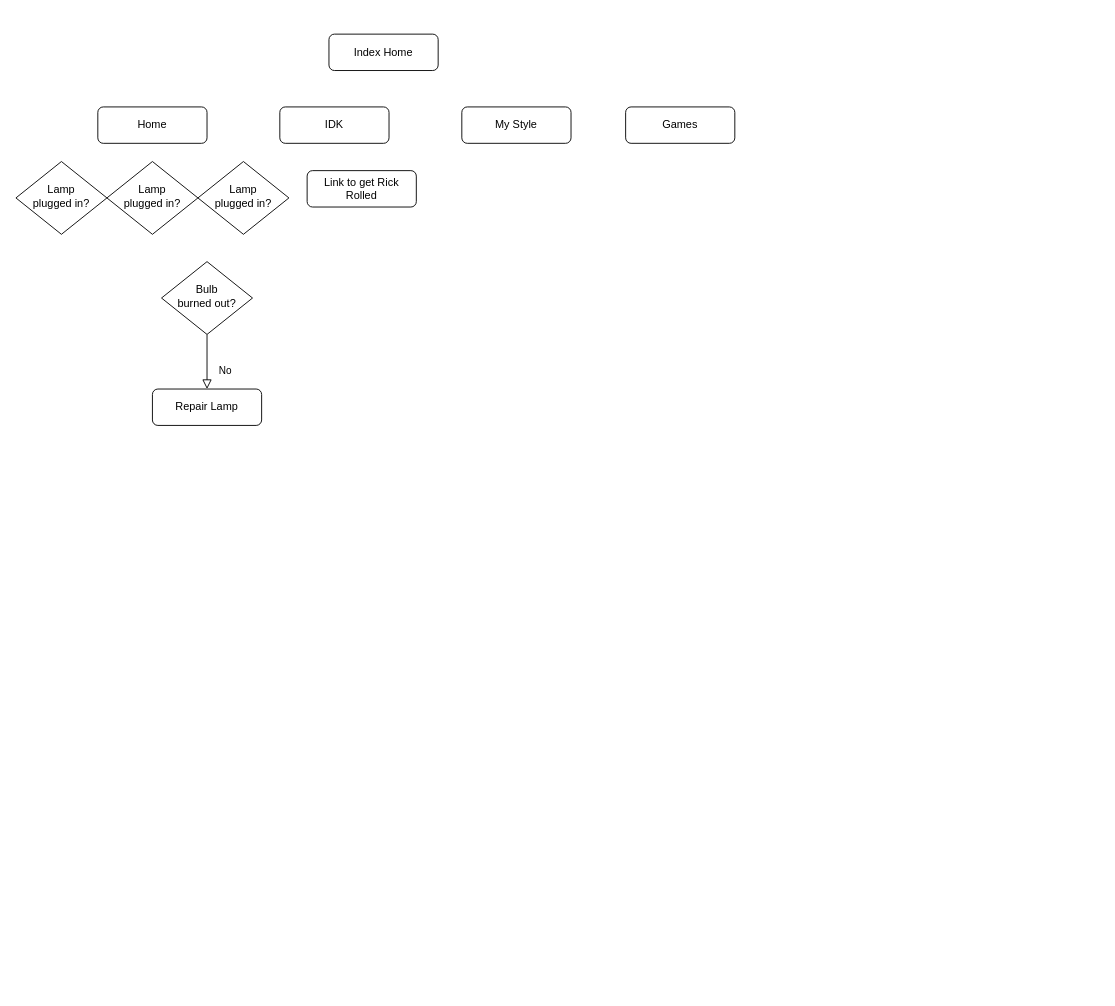
Above: FinalDiagram.drawio in pilsburryDoughBoi/kobecattyty (draw.io), before the change. Source tidied: cells renumbered, new cells numbered last; positions are measured from the earlier drawing's top-left corner, leaving out a move shared by most shapes. Both pictures are drawn from the tidied source at 91%, with x=0, y=0 at pixel (15, 34).
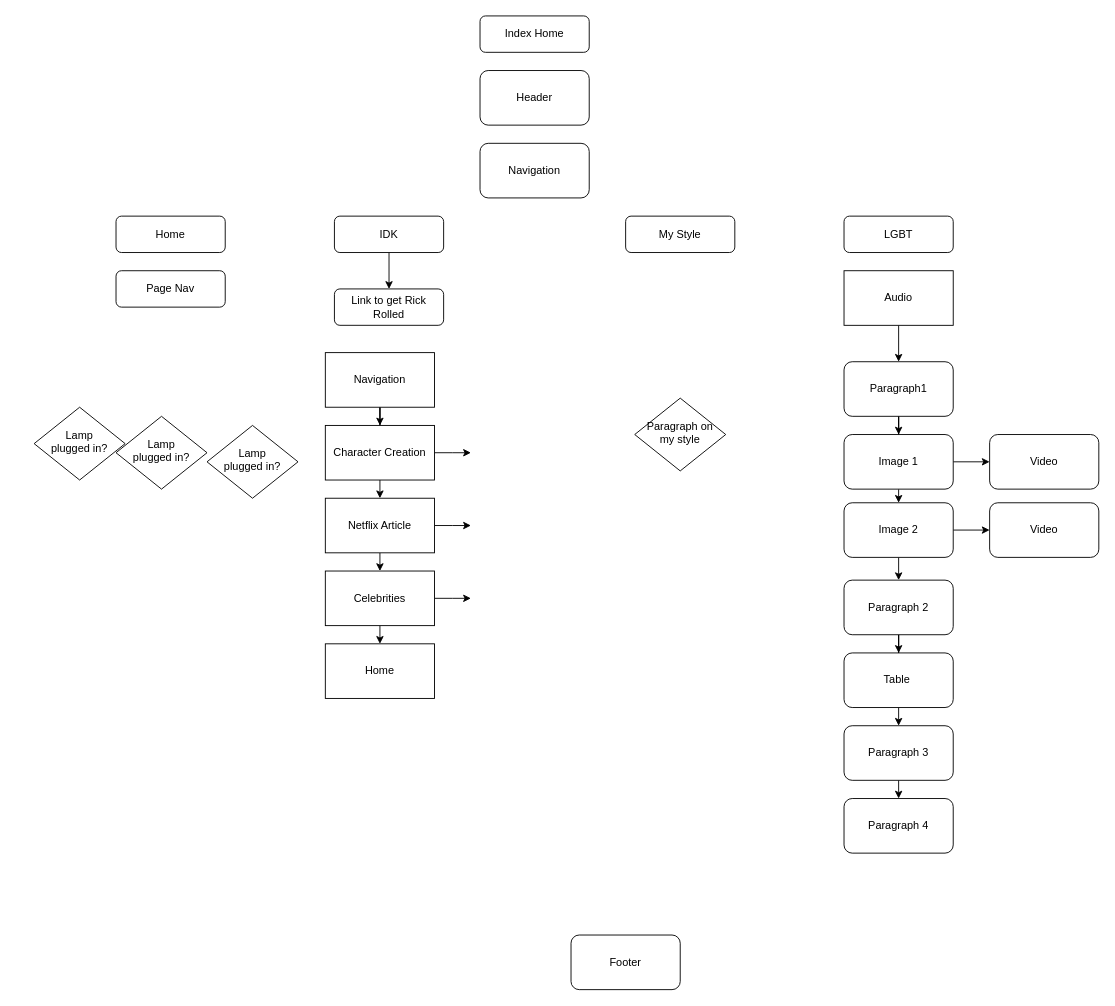
The same page after the edit.

Change to the diagram source:
```diff
@@
     <mxCell id="2" value="Index Home" style="rounded=1;whiteSpace=wrap;html=1;fontSize=12;glass=0;strokeWidth=1;shadow=0;" parent="1" vertex="1">
-      <mxGeometry x="344" width="120" height="40" as="geometry" />
+      <mxGeometry x="510" y="-20" width="120" height="40" as="geometry" />
     </mxCell>
     <mxCell id="3" value="Lamp&lt;br&gt;plugged in?" style="rhombus;whiteSpace=wrap;html=1;shadow=0;fontFamily=Helvetica;fontSize=12;align=center;strokeWidth=1;spacing=6;spacingTop=-4;" parent="1" vertex="1">
-      <mxGeometry y="140" width="100" height="80" as="geometry" />
+      <mxGeometry x="20" y="410" width="100" height="80" as="geometry" />
     </mxCell>
     <mxCell id="4" value="Home" style="rounded=1;whiteSpace=wrap;html=1;fontSize=12;glass=0;strokeWidth=1;shadow=0;" parent="1" vertex="1">
-      <mxGeometry x="90" y="80" width="120" height="40" as="geometry" />
+      <mxGeometry x="110" y="200" width="120" height="40" as="geometry" />
     </mxCell>
-    <mxCell id="5" value="No" style="rounded=0;html=1;jettySize=auto;fontSize=11;endArrow=block;endFill=0;endSize=8;strokeWidth=1;shadow=0;labelBackgroundColor=none;edgeStyle=orthogonalEdgeStyle;" parent="1" edge="1" source="6" target="7">
-      <mxGeometry x="0.33" y="20" relative="1" as="geometry" />
-    </mxCell>
-    <mxCell id="6" value="Bulb&lt;br&gt;burned out?" style="rhombus;whiteSpace=wrap;html=1;shadow=0;fontFamily=Helvetica;fontSize=12;align=center;strokeWidth=1;spacing=6;spacingTop=-4;" parent="1" vertex="1">
-      <mxGeometry x="160" y="250" width="100" height="80" as="geometry" />
+    <mxCell id="6" value="Paragraph on my style" style="rhombus;whiteSpace=wrap;html=1;shadow=0;fontFamily=Helvetica;fontSize=12;align=center;strokeWidth=1;spacing=6;spacingTop=-4;" parent="1" vertex="1">
+      <mxGeometry x="680" y="400" width="100" height="80" as="geometry" />
     </mxCell>
-    <mxCell id="7" value="Repair Lamp" style="rounded=1;whiteSpace=wrap;html=1;fontSize=12;glass=0;strokeWidth=1;shadow=0;" parent="1" vertex="1">
-      <mxGeometry x="150" y="390" width="120" height="40" as="geometry" />
+    <mxCell id="7" value="Page Nav" style="rounded=1;whiteSpace=wrap;html=1;fontSize=12;glass=0;strokeWidth=1;shadow=0;" parent="1" vertex="1">
+      <mxGeometry x="110" y="260" width="120" height="40" as="geometry" />
     </mxCell>
     <mxCell id="8" value="Link to get Rick Rolled" style="rounded=1;whiteSpace=wrap;html=1;fontSize=12;glass=0;strokeWidth=1;shadow=0;" parent="1" vertex="1">
-      <mxGeometry x="320" y="150" width="120" height="40" as="geometry" />
+      <mxGeometry x="350" y="280" width="120" height="40" as="geometry" />
     </mxCell>
+    <mxCell id="14" style="edgeStyle=orthogonalEdgeStyle;rounded=0;jettySize=auto;html=1;entryX=0.5;entryY=0;entryDx=0;entryDy=0;" parent="1" edge="1" source="9" target="8">
+      <mxGeometry relative="1" as="geometry" />
+    </mxCell>
     <mxCell id="9" value="IDK" style="rounded=1;whiteSpace=wrap;html=1;fontSize=12;glass=0;strokeWidth=1;shadow=0;" parent="1" vertex="1">
-      <mxGeometry x="290" y="80" width="120" height="40" as="geometry" />
+      <mxGeometry x="350" y="200" width="120" height="40" as="geometry" />
     </mxCell>
-    <mxCell id="10" value="Games" style="rounded=1;whiteSpace=wrap;html=1;fontSize=12;glass=0;strokeWidth=1;shadow=0;" parent="1" vertex="1">
-      <mxGeometry x="670" y="80" width="120" height="40" as="geometry" />
+    <mxCell id="10" value="LGBT" style="rounded=1;whiteSpace=wrap;html=1;fontSize=12;glass=0;strokeWidth=1;shadow=0;" parent="1" vertex="1">
+      <mxGeometry x="910" y="200" width="120" height="40" as="geometry" />
     </mxCell>
     <mxCell id="11" value="My Style" style="rounded=1;whiteSpace=wrap;html=1;fontSize=12;glass=0;strokeWidth=1;shadow=0;" parent="1" vertex="1">
-      <mxGeometry x="490" y="80" width="120" height="40" as="geometry" />
+      <mxGeometry x="670" y="200" width="120" height="40" as="geometry" />
     </mxCell>
     <mxCell id="12" value="Lamp&lt;br&gt;plugged in?" style="rhombus;whiteSpace=wrap;html=1;shadow=0;fontFamily=Helvetica;fontSize=12;align=center;strokeWidth=1;spacing=6;spacingTop=-4;" parent="1" vertex="1">
-      <mxGeometry x="100" y="140" width="100" height="80" as="geometry" />
+      <mxGeometry x="110" y="420" width="100" height="80" as="geometry" />
     </mxCell>
     <mxCell id="13" value="Lamp&lt;br&gt;plugged in?" style="rhombus;whiteSpace=wrap;html=1;shadow=0;fontFamily=Helvetica;fontSize=12;align=center;strokeWidth=1;spacing=6;spacingTop=-4;" parent="1" vertex="1">
-      <mxGeometry x="200" y="140" width="100" height="80" as="geometry" />
+      <mxGeometry x="210" y="430" width="100" height="80" as="geometry" />
     </mxCell>
+    <mxCell id="15" style="edgeStyle=orthogonalEdgeStyle;rounded=0;jettySize=auto;html=1;" parent="1" edge="1" source="16" target="28">
+      <mxGeometry relative="1" as="geometry" />
+    </mxCell>
+    <mxCell id="16" value="Paragraph1" style="whiteSpace=wrap;html=1;rounded=1;shadow=0;strokeWidth=1;glass=0;" parent="1" vertex="1">
+      <mxGeometry x="910" y="360" width="120" height="60" as="geometry" />
+    </mxCell>
+    <mxCell id="17" value="Header" style="rounded=1;whiteSpace=wrap;html=1;" parent="1" vertex="1">
+      <mxGeometry x="510" y="40" width="120" height="60" as="geometry" />
+    </mxCell>
+    <mxCell id="18" style="edgeStyle=orthogonalEdgeStyle;rounded=0;jettySize=auto;html=1;" parent="1" edge="1" source="19" target="25">
+      <mxGeometry relative="1" as="geometry" />
+    </mxCell>
+    <mxCell id="19" value="Navigation" style="rounded=0;whiteSpace=wrap;html=1;" parent="1" vertex="1">
+      <mxGeometry x="340" y="350" width="120" height="60" as="geometry" />
+    </mxCell>
+    <mxCell id="20" style="edgeStyle=orthogonalEdgeStyle;rounded=0;jettySize=auto;html=1;" parent="1" edge="1" source="21" target="16">
+      <mxGeometry relative="1" as="geometry" />
+    </mxCell>
+    <mxCell id="21" value="Audio" style="rounded=0;whiteSpace=wrap;html=1;" parent="1" vertex="1">
+      <mxGeometry x="910" y="260" width="120" height="60" as="geometry" />
+    </mxCell>
+    <mxCell id="22" value="Navigation" style="whiteSpace=wrap;html=1;rounded=1;" parent="1" vertex="1">
+      <mxGeometry x="510" y="120" width="120" height="60" as="geometry" />
+    </mxCell>
+    <mxCell id="23" style="edgeStyle=orthogonalEdgeStyle;rounded=0;jettySize=auto;html=1;exitX=1;exitY=0.5;exitDx=0;exitDy=0;" parent="1" edge="1" source="25">
+      <mxGeometry relative="1" as="geometry">
+        <mxPoint x="500" y="460" as="targetPoint" />
+      </mxGeometry>
+    </mxCell>
+    <mxCell id="24" style="edgeStyle=orthogonalEdgeStyle;rounded=0;jettySize=auto;html=1;exitX=0.5;exitY=1;exitDx=0;exitDy=0;entryX=0.5;entryY=0;entryDx=0;entryDy=0;" parent="1" edge="1" source="25" target="38">
+      <mxGeometry relative="1" as="geometry" />
+    </mxCell>
+    <mxCell id="25" value="Character Creation" style="whiteSpace=wrap;html=1;rounded=0;" parent="1" vertex="1">
+      <mxGeometry x="340" y="430" width="120" height="60" as="geometry" />
+    </mxCell>
+    <mxCell id="26" style="edgeStyle=orthogonalEdgeStyle;rounded=0;jettySize=auto;html=1;exitX=1;exitY=0.5;exitDx=0;exitDy=0;entryX=0;entryY=0.5;entryDx=0;entryDy=0;" parent="1" edge="1" source="28" target="34">
+      <mxGeometry relative="1" as="geometry" />
+    </mxCell>
+    <mxCell id="27" style="edgeStyle=orthogonalEdgeStyle;rounded=0;jettySize=auto;html=1;exitX=0.5;exitY=1;exitDx=0;exitDy=0;entryX=0.5;entryY=0;entryDx=0;entryDy=0;" parent="1" edge="1" source="28" target="31">
+      <mxGeometry relative="1" as="geometry" />
+    </mxCell>
+    <mxCell id="28" value="Image 1" style="whiteSpace=wrap;html=1;rounded=1;shadow=0;strokeWidth=1;glass=0;" parent="1" vertex="1">
+      <mxGeometry x="910" y="440" width="120" height="60" as="geometry" />
+    </mxCell>
+    <mxCell id="29" style="edgeStyle=orthogonalEdgeStyle;rounded=0;jettySize=auto;html=1;exitX=1;exitY=0.5;exitDx=0;exitDy=0;entryX=0;entryY=0.5;entryDx=0;entryDy=0;" parent="1" edge="1" source="31" target="35">
+      <mxGeometry relative="1" as="geometry" />
+    </mxCell>
+    <mxCell id="30" style="edgeStyle=orthogonalEdgeStyle;rounded=0;jettySize=auto;html=1;exitX=0.5;exitY=1;exitDx=0;exitDy=0;entryX=0.5;entryY=0;entryDx=0;entryDy=0;" parent="1" edge="1" source="31" target="33">
+      <mxGeometry relative="1" as="geometry" />
+    </mxCell>
+    <mxCell id="31" value="Image 2" style="whiteSpace=wrap;html=1;rounded=1;shadow=0;strokeWidth=1;glass=0;" parent="1" vertex="1">
+      <mxGeometry x="910" y="515" width="120" height="60" as="geometry" />
+    </mxCell>
+    <mxCell id="32" style="edgeStyle=orthogonalEdgeStyle;rounded=0;jettySize=auto;html=1;" parent="1" edge="1" source="33" target="44">
+      <mxGeometry relative="1" as="geometry" />
+    </mxCell>
+    <mxCell id="33" value="Paragraph 2" style="whiteSpace=wrap;html=1;rounded=1;shadow=0;strokeWidth=1;glass=0;" parent="1" vertex="1">
+      <mxGeometry x="910" y="600" width="120" height="60" as="geometry" />
+    </mxCell>
+    <mxCell id="34" value="Video" style="whiteSpace=wrap;html=1;rounded=1;shadow=0;strokeWidth=1;glass=0;" parent="1" vertex="1">
+      <mxGeometry x="1070" y="440" width="120" height="60" as="geometry" />
+    </mxCell>
+    <mxCell id="35" value="Video" style="whiteSpace=wrap;html=1;rounded=1;shadow=0;strokeWidth=1;glass=0;" parent="1" vertex="1">
+      <mxGeometry x="1070" y="515" width="120" height="60" as="geometry" />
+    </mxCell>
+    <mxCell id="36" style="edgeStyle=orthogonalEdgeStyle;rounded=0;jettySize=auto;html=1;exitX=1;exitY=0.5;exitDx=0;exitDy=0;" parent="1" edge="1" source="38">
+      <mxGeometry relative="1" as="geometry">
+        <mxPoint x="500" y="540" as="targetPoint" />
+      </mxGeometry>
+    </mxCell>
+    <mxCell id="37" style="edgeStyle=orthogonalEdgeStyle;rounded=0;jettySize=auto;html=1;exitX=0.5;exitY=1;exitDx=0;exitDy=0;entryX=0.5;entryY=0;entryDx=0;entryDy=0;" parent="1" edge="1" source="38" target="41">
+      <mxGeometry relative="1" as="geometry" />
+    </mxCell>
+    <mxCell id="38" value="Netflix Article" style="whiteSpace=wrap;html=1;rounded=0;" parent="1" vertex="1">
+      <mxGeometry x="340" y="510" width="120" height="60" as="geometry" />
+    </mxCell>
+    <mxCell id="39" style="edgeStyle=orthogonalEdgeStyle;rounded=0;jettySize=auto;html=1;exitX=1;exitY=0.5;exitDx=0;exitDy=0;" parent="1" edge="1" source="41">
+      <mxGeometry relative="1" as="geometry">
+        <mxPoint x="500" y="620" as="targetPoint" />
+      </mxGeometry>
+    </mxCell>
+    <mxCell id="40" style="edgeStyle=orthogonalEdgeStyle;rounded=0;jettySize=auto;html=1;exitX=0.5;exitY=1;exitDx=0;exitDy=0;entryX=0.5;entryY=0;entryDx=0;entryDy=0;" parent="1" edge="1" source="41" target="42">
+      <mxGeometry relative="1" as="geometry" />
+    </mxCell>
+    <mxCell id="41" value="Celebrities" style="whiteSpace=wrap;html=1;rounded=0;" parent="1" vertex="1">
+      <mxGeometry x="340" y="590" width="120" height="60" as="geometry" />
+    </mxCell>
+    <mxCell id="42" value="Home" style="whiteSpace=wrap;html=1;rounded=0;" parent="1" vertex="1">
+      <mxGeometry x="340" y="670" width="120" height="60" as="geometry" />
+    </mxCell>
+    <mxCell id="43" style="edgeStyle=orthogonalEdgeStyle;rounded=0;jettySize=auto;html=1;exitX=0.5;exitY=1;exitDx=0;exitDy=0;entryX=0.5;entryY=0;entryDx=0;entryDy=0;" parent="1" edge="1" source="44" target="46">
+      <mxGeometry relative="1" as="geometry" />
+    </mxCell>
+    <mxCell id="44" value="Table&amp;nbsp;" style="rounded=1;whiteSpace=wrap;html=1;" parent="1" vertex="1">
+      <mxGeometry x="910" y="680" width="120" height="60" as="geometry" />
+    </mxCell>
+    <mxCell id="45" style="edgeStyle=orthogonalEdgeStyle;rounded=0;jettySize=auto;html=1;exitX=0.5;exitY=1;exitDx=0;exitDy=0;entryX=0.5;entryY=0;entryDx=0;entryDy=0;" parent="1" edge="1" source="46" target="47">
+      <mxGeometry relative="1" as="geometry" />
+    </mxCell>
+    <mxCell id="46" value="Paragraph 3" style="whiteSpace=wrap;html=1;rounded=1;shadow=0;strokeWidth=1;glass=0;" parent="1" vertex="1">
+      <mxGeometry x="910" y="760" width="120" height="60" as="geometry" />
+    </mxCell>
+    <mxCell id="47" value="Paragraph 4" style="whiteSpace=wrap;html=1;rounded=1;shadow=0;strokeWidth=1;glass=0;" parent="1" vertex="1">
+      <mxGeometry x="910" y="840" width="120" height="60" as="geometry" />
+    </mxCell>
+    <mxCell id="48" value="Footer" style="whiteSpace=wrap;html=1;rounded=1;shadow=0;strokeWidth=1;glass=0;" parent="1" vertex="1">
+      <mxGeometry x="610" y="990" width="120" height="60" as="geometry" />
+    </mxCell>
```
